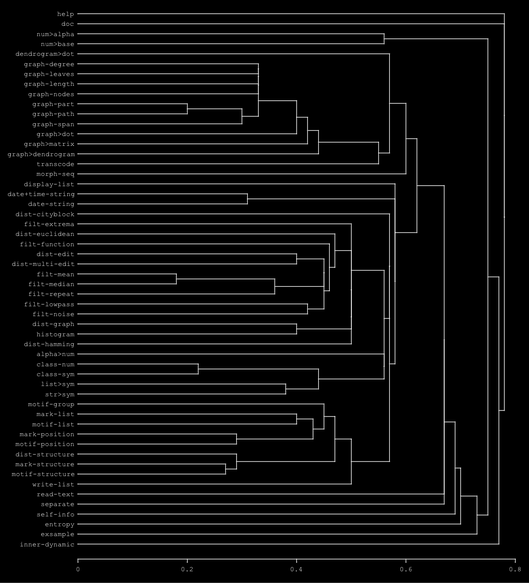
This is doc/pictures/refrains-names-dendrogram.png from FredVoisin/refrains, a Graphviz export, as it was before one commit. Its source is kept beside it as doc/pictures/refrains-names-dendrogram.dot.
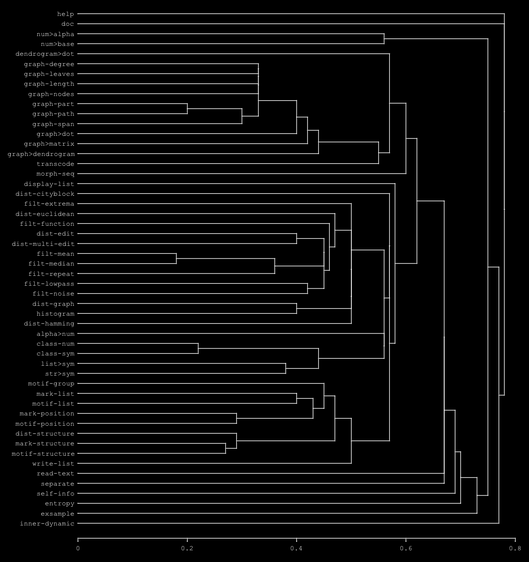
After the change.

Change to the diagram source:
```diff
@@ -1,506 +1,488 @@
 graph "refrains-names-dendrogram" {
-/* generated with refrains:dendrogram>dot, to be drawn with neato -n2 */
+/* generated with refrains:dendrogram>dot, 24 Oct 2026 19:56:40, to be drawn with neato -n2 */
  graph [splines=false, bgcolor=black];
  node [shape=point, width=0, color=white, fontcolor=white, fontname=Courier, fontsize=11];
  edge [color=white];
- l1 [shape=plaintext, label="help", pos="98.4,848.0"];
- p1 [pos="117.6,848.0"];
- l2 [shape=plaintext, label="doc", pos="101.7,832.0"];
- p2 [pos="117.6,832.0"];
- l3 [shape=plaintext, label="num>alpha", pos="81.9,816.0"];
- p3 [pos="117.6,816.0"];
- l4 [shape=plaintext, label="num>base", pos="85.2,800.0"];
- p4 [pos="117.6,800.0"];
- p5 [pos="607.6,816.0"];
- p6 [pos="607.6,800.0"];
- p7 [pos="607.6,808.0"];
+ l1 [shape=plaintext, label="help", pos="98.4,816.0"];
+ p1 [pos="117.6,816.0"];
+ l2 [shape=plaintext, label="doc", pos="101.7,800.0"];
+ p2 [pos="117.6,800.0"];
+ l3 [shape=plaintext, label="num>alpha", pos="81.9,784.0"];
+ p3 [pos="117.6,784.0"];
+ l4 [shape=plaintext, label="num>base", pos="85.2,768.0"];
+ p4 [pos="117.6,768.0"];
+ p5 [pos="607.6,784.0"];
+ p6 [pos="607.6,768.0"];
+ p7 [pos="607.6,776.0"];
  p3 -- p5;
  p4 -- p6;
  p5 -- p7;
  p7 -- p6;
- l5 [shape=plaintext, label="dendrogram>dot", pos="65.4,784.0"];
- p8 [pos="117.6,784.0"];
- l6 [shape=plaintext, label="graph-degree", pos="72.0,768.0"];
- p9 [pos="117.6,768.0"];
- l7 [shape=plaintext, label="graph-leaves", pos="72.0,752.0"];
- p10 [pos="117.6,752.0"];
- p11 [pos="406.4,768.0"];
- p12 [pos="406.4,752.0"];
- p13 [pos="406.4,760.0"];
+ l5 [shape=plaintext, label="dendrogram>dot", pos="65.4,752.0"];
+ p8 [pos="117.6,752.0"];
+ l6 [shape=plaintext, label="graph-degree", pos="72.0,736.0"];
+ p9 [pos="117.6,736.0"];
+ l7 [shape=plaintext, label="graph-leaves", pos="72.0,720.0"];
+ p10 [pos="117.6,720.0"];
+ p11 [pos="406.4,736.0"];
+ p12 [pos="406.4,720.0"];
+ p13 [pos="406.4,728.0"];
  p9 -- p11;
  p10 -- p12;
  p11 -- p13;
  p13 -- p12;
- l8 [shape=plaintext, label="graph-length", pos="72.0,736.0"];
- p14 [pos="117.6,736.0"];
- p15 [pos="406.4,760.0"];
- p16 [pos="406.4,736.0"];
- p17 [pos="406.4,748.0"];
+ l8 [shape=plaintext, label="graph-length", pos="72.0,704.0"];
+ p14 [pos="117.6,704.0"];
+ p15 [pos="406.4,728.0"];
+ p16 [pos="406.4,704.0"];
+ p17 [pos="406.4,716.0"];
  p13 -- p15;
  p14 -- p16;
  p15 -- p17;
  p17 -- p16;
- l9 [shape=plaintext, label="graph-nodes", pos="75.3,720.0"];
- p18 [pos="117.6,720.0"];
- p19 [pos="406.4,748.0"];
- p20 [pos="406.4,720.0"];
- p21 [pos="406.4,734.0"];
+ l9 [shape=plaintext, label="graph-nodes", pos="75.3,688.0"];
+ p18 [pos="117.6,688.0"];
+ p19 [pos="406.4,716.0"];
+ p20 [pos="406.4,688.0"];
+ p21 [pos="406.4,702.0"];
  p17 -- p19;
  p18 -- p20;
  p19 -- p21;
  p21 -- p20;
- l10 [shape=plaintext, label="graph-part", pos="78.6,704.0"];
- p22 [pos="117.6,704.0"];
- l11 [shape=plaintext, label="graph-path", pos="78.6,688.0"];
- p23 [pos="117.6,688.0"];
- p24 [pos="292.6,704.0"];
- p25 [pos="292.6,688.0"];
- p26 [pos="292.6,696.0"];
+ l10 [shape=plaintext, label="graph-part", pos="78.6,672.0"];
+ p22 [pos="117.6,672.0"];
+ l11 [shape=plaintext, label="graph-path", pos="78.6,656.0"];
+ p23 [pos="117.6,656.0"];
+ p24 [pos="292.6,672.0"];
+ p25 [pos="292.6,656.0"];
+ p26 [pos="292.6,664.0"];
  p22 -- p24;
  p23 -- p25;
  p24 -- p26;
  p26 -- p25;
- l12 [shape=plaintext, label="graph-span", pos="78.6,672.0"];
- p27 [pos="117.6,672.0"];
- p28 [pos="380.1,696.0"];
- p29 [pos="380.1,672.0"];
- p30 [pos="380.1,684.0"];
+ l12 [shape=plaintext, label="graph-span", pos="78.6,640.0"];
+ p27 [pos="117.6,640.0"];
+ p28 [pos="380.1,664.0"];
+ p29 [pos="380.1,640.0"];
+ p30 [pos="380.1,652.0"];
  p26 -- p28;
  p27 -- p29;
  p28 -- p30;
  p30 -- p29;
- p31 [pos="406.4,734.0"];
- p32 [pos="406.4,684.0"];
- p33 [pos="406.4,709.0"];
+ p31 [pos="406.4,702.0"];
+ p32 [pos="406.4,652.0"];
+ p33 [pos="406.4,677.0"];
  p21 -- p31;
  p30 -- p32;
  p31 -- p33;
  p33 -- p32;
- l13 [shape=plaintext, label="graph>dot", pos="81.9,656.0"];
- p34 [pos="117.6,656.0"];
- p35 [pos="467.6,709.0"];
- p36 [pos="467.6,656.0"];
- p37 [pos="467.6,682.5"];
+ l13 [shape=plaintext, label="graph>dot", pos="81.9,624.0"];
+ p34 [pos="117.6,624.0"];
+ p35 [pos="467.6,677.0"];
+ p36 [pos="467.6,624.0"];
+ p37 [pos="467.6,650.5"];
  p33 -- p35;
  p34 -- p36;
  p35 -- p37;
  p37 -- p36;
- l14 [shape=plaintext, label="graph>matrix", pos="72.0,640.0"];
- p38 [pos="117.6,640.0"];
- p39 [pos="485.1,682.5"];
- p40 [pos="485.1,640.0"];
- p41 [pos="485.1,661.3"];
+ l14 [shape=plaintext, label="graph>matrix", pos="72.0,608.0"];
+ p38 [pos="117.6,608.0"];
+ p39 [pos="485.1,650.5"];
+ p40 [pos="485.1,608.0"];
+ p41 [pos="485.1,629.3"];
  p37 -- p39;
  p38 -- p40;
  p39 -- p41;
  p41 -- p40;
- l15 [shape=plaintext, label="graph>dendrogram", pos="58.8,624.0"];
- p42 [pos="117.6,624.0"];
- p43 [pos="502.6,661.3"];
- p44 [pos="502.6,624.0"];
- p45 [pos="502.6,642.6"];
+ l15 [shape=plaintext, label="graph>dendrogram", pos="58.8,592.0"];
+ p42 [pos="117.6,592.0"];
+ p43 [pos="502.6,629.3"];
+ p44 [pos="502.6,592.0"];
+ p45 [pos="502.6,610.6"];
  p41 -- p43;
  p42 -- p44;
  p43 -- p45;
  p45 -- p44;
- l16 [shape=plaintext, label="transcode", pos="81.9,608.0"];
- p46 [pos="117.6,608.0"];
- p47 [pos="598.8,642.6"];
- p48 [pos="598.8,608.0"];
- p49 [pos="598.8,625.3"];
+ l16 [shape=plaintext, label="transcode", pos="81.9,576.0"];
+ p46 [pos="117.6,576.0"];
+ p47 [pos="598.8,610.6"];
+ p48 [pos="598.8,576.0"];
+ p49 [pos="598.8,593.3"];
  p45 -- p47;
  p46 -- p48;
  p47 -- p49;
  p49 -- p48;
- p50 [pos="616.3,784.0"];
- p51 [pos="616.3,625.3"];
- p52 [pos="616.3,704.7"];
+ p50 [pos="616.3,752.0"];
+ p51 [pos="616.3,593.3"];
+ p52 [pos="616.3,672.7"];
  p8 -- p50;
  p49 -- p51;
  p50 -- p52;
  p52 -- p51;
- l17 [shape=plaintext, label="morph-seq", pos="81.9,592.0"];
- p53 [pos="117.6,592.0"];
- p54 [pos="642.6,704.7"];
- p55 [pos="642.6,592.0"];
- p56 [pos="642.6,648.3"];
+ l17 [shape=plaintext, label="morph-seq", pos="81.9,560.0"];
+ p53 [pos="117.6,560.0"];
+ p54 [pos="642.6,672.7"];
+ p55 [pos="642.6,560.0"];
+ p56 [pos="642.6,616.3"];
  p52 -- p54;
  p53 -- p55;
  p54 -- p56;
  p56 -- p55;
- l18 [shape=plaintext, label="display-list", pos="72.0,576.0"];
- p57 [pos="117.6,576.0"];
- l19 [shape=plaintext, label="date+time-string", pos="58.8,560.0"];
- p58 [pos="117.6,560.0"];
- l20 [shape=plaintext, label="date-string", pos="75.3,544.0"];
- p59 [pos="117.6,544.0"];
- p60 [pos="388.9,560.0"];
- p61 [pos="388.9,544.0"];
- p62 [pos="388.9,552.0"];
- p58 -- p60;
- p59 -- p61;
- p60 -- p62;
- p62 -- p61;
- l21 [shape=plaintext, label="dist-cityblock", pos="65.4,528.0"];
- p63 [pos="117.6,528.0"];
- l22 [shape=plaintext, label="filt-extrema", pos="72.0,512.0"];
- p64 [pos="117.6,512.0"];
- l23 [shape=plaintext, label="dist-euclidean", pos="65.4,496.0"];
- p65 [pos="117.6,496.0"];
- l24 [shape=plaintext, label="filt-function", pos="68.7,480.0"];
- p66 [pos="117.6,480.0"];
- l25 [shape=plaintext, label="dist-edit", pos="81.9,464.0"];
- p67 [pos="117.6,464.0"];
- l26 [shape=plaintext, label="dist-multi-edit", pos="62.1,448.0"];
- p68 [pos="117.6,448.0"];
- p69 [pos="467.6,464.0"];
- p70 [pos="467.6,448.0"];
- p71 [pos="467.6,456.0"];
+ l18 [shape=plaintext, label="display-list", pos="72.0,544.0"];
+ p57 [pos="117.6,544.0"];
+ l19 [shape=plaintext, label="dist-cityblock", pos="65.4,528.0"];
+ p58 [pos="117.6,528.0"];
+ l20 [shape=plaintext, label="filt-extrema", pos="72.0,512.0"];
+ p59 [pos="117.6,512.0"];
+ l21 [shape=plaintext, label="dist-euclidean", pos="65.4,496.0"];
+ p60 [pos="117.6,496.0"];
+ l22 [shape=plaintext, label="filt-function", pos="68.7,480.0"];
+ p61 [pos="117.6,480.0"];
+ l23 [shape=plaintext, label="dist-edit", pos="81.9,464.0"];
+ p62 [pos="117.6,464.0"];
+ l24 [shape=plaintext, label="dist-multi-edit", pos="62.1,448.0"];
+ p63 [pos="117.6,448.0"];
+ p64 [pos="467.6,464.0"];
+ p65 [pos="467.6,448.0"];
+ p66 [pos="467.6,456.0"];
+ p62 -- p64;
+ p63 -- p65;
+ p64 -- p66;
+ p66 -- p65;
+ l25 [shape=plaintext, label="filt-mean", pos="81.9,432.0"];
+ p67 [pos="117.6,432.0"];
+ l26 [shape=plaintext, label="filt-median", pos="75.3,416.0"];
+ p68 [pos="117.6,416.0"];
+ p69 [pos="275.1,432.0"];
+ p70 [pos="275.1,416.0"];
+ p71 [pos="275.1,424.0"];
  p67 -- p69;
  p68 -- p70;
  p69 -- p71;
  p71 -- p70;
- l27 [shape=plaintext, label="filt-mean", pos="81.9,432.0"];
- p72 [pos="117.6,432.0"];
- l28 [shape=plaintext, label="filt-median", pos="75.3,416.0"];
- p73 [pos="117.6,416.0"];
- p74 [pos="275.1,432.0"];
- p75 [pos="275.1,416.0"];
- p76 [pos="275.1,424.0"];
+ l27 [shape=plaintext, label="filt-repeat", pos="75.3,400.0"];
+ p72 [pos="117.6,400.0"];
+ p73 [pos="432.6,424.0"];
+ p74 [pos="432.6,400.0"];
+ p75 [pos="432.6,412.0"];
+ p71 -- p73;
  p72 -- p74;
  p73 -- p75;
- p74 -- p76;
- p76 -- p75;
- l29 [shape=plaintext, label="filt-repeat", pos="75.3,400.0"];
- p77 [pos="117.6,400.0"];
- p78 [pos="432.6,424.0"];
- p79 [pos="432.6,400.0"];
- p80 [pos="432.6,412.0"];
+ p75 -- p74;
+ p76 [pos="511.4,456.0"];
+ p77 [pos="511.4,412.0"];
+ p78 [pos="511.4,434.0"];
+ p66 -- p76;
+ p75 -- p77;
  p76 -- p78;
- p77 -- p79;
- p78 -- p80;
- p80 -- p79;
- p81 [pos="511.4,456.0"];
- p82 [pos="511.4,412.0"];
- p83 [pos="511.4,434.0"];
- p71 -- p81;
+ p78 -- p77;
+ l28 [shape=plaintext, label="filt-lowpass", pos="72.0,384.0"];
+ p79 [pos="117.6,384.0"];
+ l29 [shape=plaintext, label="filt-noise", pos="78.6,368.0"];
+ p80 [pos="117.6,368.0"];
+ p81 [pos="485.1,384.0"];
+ p82 [pos="485.1,368.0"];
+ p83 [pos="485.1,376.0"];
+ p79 -- p81;
  p80 -- p82;
  p81 -- p83;
  p83 -- p82;
- l30 [shape=plaintext, label="filt-lowpass", pos="72.0,384.0"];
- p84 [pos="117.6,384.0"];
- l31 [shape=plaintext, label="filt-noise", pos="78.6,368.0"];
- p85 [pos="117.6,368.0"];
- p86 [pos="485.1,384.0"];
- p87 [pos="485.1,368.0"];
- p88 [pos="485.1,376.0"];
+ p84 [pos="511.4,434.0"];
+ p85 [pos="511.4,376.0"];
+ p86 [pos="511.4,405.0"];
+ p78 -- p84;
+ p83 -- p85;
  p84 -- p86;
- p85 -- p87;
+ p86 -- p85;
+ p87 [pos="520.1,480.0"];
+ p88 [pos="520.1,405.0"];
+ p89 [pos="520.1,442.5"];
+ p61 -- p87;
  p86 -- p88;
- p88 -- p87;
- p89 [pos="511.4,434.0"];
- p90 [pos="511.4,376.0"];
- p91 [pos="511.4,405.0"];
- p83 -- p89;
- p88 -- p90;
+ p87 -- p89;
+ p89 -- p88;
+ p90 [pos="528.8,496.0"];
+ p91 [pos="528.8,442.5"];
+ p92 [pos="528.8,469.3"];
+ p60 -- p90;
  p89 -- p91;
- p91 -- p90;
- p92 [pos="520.1,480.0"];
- p93 [pos="520.1,405.0"];
- p94 [pos="520.1,442.5"];
- p66 -- p92;
- p91 -- p93;
- p92 -- p94;
- p94 -- p93;
- p95 [pos="528.8,496.0"];
- p96 [pos="528.8,442.5"];
- p97 [pos="528.8,469.3"];
- p65 -- p95;
+ p90 -- p92;
+ p92 -- p91;
+ l30 [shape=plaintext, label="dist-graph", pos="78.6,352.0"];
+ p93 [pos="117.6,352.0"];
+ l31 [shape=plaintext, label="histogram", pos="81.9,336.0"];
+ p94 [pos="117.6,336.0"];
+ p95 [pos="467.6,352.0"];
+ p96 [pos="467.6,336.0"];
+ p97 [pos="467.6,344.0"];
+ p93 -- p95;
  p94 -- p96;
  p95 -- p97;
  p97 -- p96;
- l32 [shape=plaintext, label="dist-graph", pos="78.6,352.0"];
- p98 [pos="117.6,352.0"];
- l33 [shape=plaintext, label="histogram", pos="81.9,336.0"];
- p99 [pos="117.6,336.0"];
- p100 [pos="467.6,352.0"];
- p101 [pos="467.6,336.0"];
- p102 [pos="467.6,344.0"];
+ p98 [pos="555.1,469.3"];
+ p99 [pos="555.1,344.0"];
+ p100 [pos="555.1,406.6"];
+ p92 -- p98;
+ p97 -- p99;
  p98 -- p100;
- p99 -- p101;
+ p100 -- p99;
+ l32 [shape=plaintext, label="dist-hamming", pos="72.0,320.0"];
+ p101 [pos="117.6,320.0"];
+ p102 [pos="555.1,406.6"];
+ p103 [pos="555.1,320.0"];
+ p104 [pos="555.1,363.3"];
  p100 -- p102;
- p102 -- p101;
- p103 [pos="555.1,469.3"];
- p104 [pos="555.1,344.0"];
- p105 [pos="555.1,406.6"];
- p97 -- p103;
+ p101 -- p103;
  p102 -- p104;
- p103 -- p105;
- p105 -- p104;
- l34 [shape=plaintext, label="dist-hamming", pos="72.0,320.0"];
- p106 [pos="117.6,320.0"];
- p107 [pos="555.1,406.6"];
- p108 [pos="555.1,320.0"];
- p109 [pos="555.1,363.3"];
+ p104 -- p103;
+ p105 [pos="555.1,512.0"];
+ p106 [pos="555.1,363.3"];
+ p107 [pos="555.1,437.7"];
+ p59 -- p105;
+ p104 -- p106;
  p105 -- p107;
- p106 -- p108;
- p107 -- p109;
- p109 -- p108;
- p110 [pos="555.1,512.0"];
- p111 [pos="555.1,363.3"];
- p112 [pos="555.1,437.7"];
- p64 -- p110;
+ p107 -- p106;
+ l33 [shape=plaintext, label="alpha>num", pos="81.9,304.0"];
+ p108 [pos="117.6,304.0"];
+ l34 [shape=plaintext, label="class-num", pos="81.9,288.0"];
+ p109 [pos="117.6,288.0"];
+ l35 [shape=plaintext, label="class-sym", pos="81.9,272.0"];
+ p110 [pos="117.6,272.0"];
+ p111 [pos="310.1,288.0"];
+ p112 [pos="310.1,272.0"];
+ p113 [pos="310.1,280.0"];
  p109 -- p111;
  p110 -- p112;
- p112 -- p111;
- l35 [shape=plaintext, label="alpha>num", pos="81.9,304.0"];
- p113 [pos="117.6,304.0"];
- l36 [shape=plaintext, label="class-num", pos="81.9,288.0"];
- p114 [pos="117.6,288.0"];
- l37 [shape=plaintext, label="class-sym", pos="81.9,272.0"];
- p115 [pos="117.6,272.0"];
- p116 [pos="310.1,288.0"];
- p117 [pos="310.1,272.0"];
- p118 [pos="310.1,280.0"];
+ p111 -- p113;
+ p113 -- p112;
+ l36 [shape=plaintext, label="list>sym", pos="85.2,256.0"];
+ p114 [pos="117.6,256.0"];
+ l37 [shape=plaintext, label="str>sym", pos="88.5,240.0"];
+ p115 [pos="117.6,240.0"];
+ p116 [pos="450.1,256.0"];
+ p117 [pos="450.1,240.0"];
+ p118 [pos="450.1,248.0"];
  p114 -- p116;
  p115 -- p117;
  p116 -- p118;
  p118 -- p117;
- l38 [shape=plaintext, label="list>sym", pos="85.2,256.0"];
- p119 [pos="117.6,256.0"];
- l39 [shape=plaintext, label="str>sym", pos="88.5,240.0"];
- p120 [pos="117.6,240.0"];
- p121 [pos="450.1,256.0"];
- p122 [pos="450.1,240.0"];
- p123 [pos="450.1,248.0"];
+ p119 [pos="502.6,280.0"];
+ p120 [pos="502.6,248.0"];
+ p121 [pos="502.6,264.0"];
+ p113 -- p119;
+ p118 -- p120;
  p119 -- p121;
- p120 -- p122;
+ p121 -- p120;
+ p122 [pos="607.6,304.0"];
+ p123 [pos="607.6,264.0"];
+ p124 [pos="607.6,284.0"];
+ p108 -- p122;
  p121 -- p123;
- p123 -- p122;
- p124 [pos="502.6,280.0"];
- p125 [pos="502.6,248.0"];
- p126 [pos="502.6,264.0"];
- p118 -- p124;
- p123 -- p125;
+ p122 -- p124;
+ p124 -- p123;
+ p125 [pos="607.6,437.7"];
+ p126 [pos="607.6,284.0"];
+ p127 [pos="607.6,360.8"];
+ p107 -- p125;
  p124 -- p126;
- p126 -- p125;
- p127 [pos="607.6,304.0"];
- p128 [pos="607.6,264.0"];
- p129 [pos="607.6,284.0"];
- p113 -- p127;
- p126 -- p128;
+ p125 -- p127;
+ p127 -- p126;
+ p128 [pos="616.3,528.0"];
+ p129 [pos="616.3,360.8"];
+ p130 [pos="616.3,444.4"];
+ p58 -- p128;
  p127 -- p129;
- p129 -- p128;
- p130 [pos="607.6,437.7"];
- p131 [pos="607.6,284.0"];
- p132 [pos="607.6,360.8"];
- p112 -- p130;
- p129 -- p131;
- p130 -- p132;
- p132 -- p131;
- p133 [pos="616.3,528.0"];
- p134 [pos="616.3,360.8"];
- p135 [pos="616.3,444.4"];
- p63 -- p133;
+ p128 -- p130;
+ p130 -- p129;
+ l38 [shape=plaintext, label="motif-group", pos="75.3,224.0"];
+ p131 [pos="117.6,224.0"];
+ l39 [shape=plaintext, label="mark-list", pos="81.9,208.0"];
+ p132 [pos="117.6,208.0"];
+ l40 [shape=plaintext, label="motif-list", pos="78.6,192.0"];
+ p133 [pos="117.6,192.0"];
+ p134 [pos="467.6,208.0"];
+ p135 [pos="467.6,192.0"];
+ p136 [pos="467.6,200.0"];
  p132 -- p134;
  p133 -- p135;
- p135 -- p134;
- l40 [shape=plaintext, label="motif-group", pos="75.3,224.0"];
- p136 [pos="117.6,224.0"];
- l41 [shape=plaintext, label="mark-list", pos="81.9,208.0"];
- p137 [pos="117.6,208.0"];
- l42 [shape=plaintext, label="motif-list", pos="78.6,192.0"];
- p138 [pos="117.6,192.0"];
- p139 [pos="467.6,208.0"];
- p140 [pos="467.6,192.0"];
- p141 [pos="467.6,200.0"];
+ p134 -- p136;
+ p136 -- p135;
+ l41 [shape=plaintext, label="mark-position", pos="68.7,176.0"];
+ p137 [pos="117.6,176.0"];
+ l42 [shape=plaintext, label="motif-position", pos="65.4,160.0"];
+ p138 [pos="117.6,160.0"];
+ p139 [pos="371.4,176.0"];
+ p140 [pos="371.4,160.0"];
+ p141 [pos="371.4,168.0"];
  p137 -- p139;
  p138 -- p140;
  p139 -- p141;
  p141 -- p140;
- l43 [shape=plaintext, label="mark-position", pos="68.7,176.0"];
- p142 [pos="117.6,176.0"];
- l44 [shape=plaintext, label="motif-position", pos="65.4,160.0"];
- p143 [pos="117.6,160.0"];
- p144 [pos="371.4,176.0"];
- p145 [pos="371.4,160.0"];
- p146 [pos="371.4,168.0"];
+ p142 [pos="493.9,200.0"];
+ p143 [pos="493.9,168.0"];
+ p144 [pos="493.9,184.0"];
+ p136 -- p142;
+ p141 -- p143;
  p142 -- p144;
- p143 -- p145;
+ p144 -- p143;
+ p145 [pos="511.4,224.0"];
+ p146 [pos="511.4,184.0"];
+ p147 [pos="511.4,204.0"];
+ p131 -- p145;
  p144 -- p146;
- p146 -- p145;
- p147 [pos="493.9,200.0"];
- p148 [pos="493.9,168.0"];
- p149 [pos="493.9,184.0"];
- p141 -- p147;
- p146 -- p148;
- p147 -- p149;
- p149 -- p148;
- p150 [pos="511.4,224.0"];
- p151 [pos="511.4,184.0"];
- p152 [pos="511.4,204.0"];
- p136 -- p150;
+ p145 -- p147;
+ p147 -- p146;
+ l43 [shape=plaintext, label="dist-structure", pos="65.4,144.0"];
+ p148 [pos="117.6,144.0"];
+ l44 [shape=plaintext, label="mark-structure", pos="65.4,128.0"];
+ p149 [pos="117.6,128.0"];
+ l45 [shape=plaintext, label="motif-structure", pos="62.1,112.0"];
+ p150 [pos="117.6,112.0"];
+ p151 [pos="353.9,128.0"];
+ p152 [pos="353.9,112.0"];
+ p153 [pos="353.9,120.0"];
  p149 -- p151;
  p150 -- p152;
- p152 -- p151;
- l45 [shape=plaintext, label="dist-structure", pos="65.4,144.0"];
- p153 [pos="117.6,144.0"];
- l46 [shape=plaintext, label="mark-structure", pos="65.4,128.0"];
- p154 [pos="117.6,128.0"];
- l47 [shape=plaintext, label="motif-structure", pos="62.1,112.0"];
- p155 [pos="117.6,112.0"];
- p156 [pos="353.9,128.0"];
- p157 [pos="353.9,112.0"];
- p158 [pos="353.9,120.0"];
+ p151 -- p153;
+ p153 -- p152;
+ p154 [pos="371.4,144.0"];
+ p155 [pos="371.4,120.0"];
+ p156 [pos="371.4,132.0"];
+ p148 -- p154;
+ p153 -- p155;
  p154 -- p156;
- p155 -- p157;
+ p156 -- p155;
+ p157 [pos="528.8,204.0"];
+ p158 [pos="528.8,132.0"];
+ p159 [pos="528.8,168.0"];
+ p147 -- p157;
  p156 -- p158;
- p158 -- p157;
- p159 [pos="371.4,144.0"];
- p160 [pos="371.4,120.0"];
- p161 [pos="371.4,132.0"];
- p153 -- p159;
- p158 -- p160;
+ p157 -- p159;
+ p159 -- p158;
+ l46 [shape=plaintext, label="write-list", pos="78.6,96.0"];
+ p160 [pos="117.6,96.0"];
+ p161 [pos="555.1,168.0"];
+ p162 [pos="555.1,96.0"];
+ p163 [pos="555.1,132.0"];
  p159 -- p161;
- p161 -- p160;
- p162 [pos="528.8,204.0"];
- p163 [pos="528.8,132.0"];
- p164 [pos="528.8,168.0"];
- p152 -- p162;
+ p160 -- p162;
  p161 -- p163;
- p162 -- p164;
- p164 -- p163;
- l48 [shape=plaintext, label="write-list", pos="78.6,96.0"];
- p165 [pos="117.6,96.0"];
- p166 [pos="555.1,168.0"];
- p167 [pos="555.1,96.0"];
- p168 [pos="555.1,132.0"];
+ p163 -- p162;
+ p164 [pos="616.3,444.4"];
+ p165 [pos="616.3,132.0"];
+ p166 [pos="616.3,288.2"];
+ p130 -- p164;
+ p163 -- p165;
  p164 -- p166;
- p165 -- p167;
+ p166 -- p165;
+ p167 [pos="625.1,544.0"];
+ p168 [pos="625.1,288.2"];
+ p169 [pos="625.1,416.1"];
+ p57 -- p167;
  p166 -- p168;
- p168 -- p167;
- p169 [pos="616.3,444.4"];
- p170 [pos="616.3,132.0"];
- p171 [pos="616.3,288.2"];
- p135 -- p169;
- p168 -- p170;
+ p167 -- p169;
+ p169 -- p168;
+ p170 [pos="660.1,616.3"];
+ p171 [pos="660.1,416.1"];
+ p172 [pos="660.1,516.2"];
+ p56 -- p170;
  p169 -- p171;
- p171 -- p170;
- p172 [pos="625.1,552.0"];
- p173 [pos="625.1,288.2"];
- p174 [pos="625.1,420.1"];
- p62 -- p172;
- p171 -- p173;
+ p170 -- p172;
+ p172 -- p171;
+ l47 [shape=plaintext, label="read-text", pos="81.9,80.0"];
+ p173 [pos="117.6,80.0"];
+ p174 [pos="703.8,516.2"];
+ p175 [pos="703.8,80.0"];
+ p176 [pos="703.8,298.1"];
  p172 -- p174;
- p174 -- p173;
- p175 [pos="625.1,576.0"];
- p176 [pos="625.1,420.1"];
- p177 [pos="625.1,498.1"];
- p57 -- p175;
+ p173 -- p175;
  p174 -- p176;
- p175 -- p177;
- p177 -- p176;
- p178 [pos="660.1,648.3"];
- p179 [pos="660.1,498.1"];
- p180 [pos="660.1,573.2"];
- p56 -- p178;
+ p176 -- p175;
+ l48 [shape=plaintext, label="separate", pos="85.2,64.0"];
+ p177 [pos="117.6,64.0"];
+ p178 [pos="703.8,298.1"];
+ p179 [pos="703.8,64.0"];
+ p180 [pos="703.8,181.1"];
+ p176 -- p178;
  p177 -- p179;
  p178 -- p180;
  p180 -- p179;
- l49 [shape=plaintext, label="read-text", pos="81.9,80.0"];
- p181 [pos="117.6,80.0"];
- p182 [pos="703.8,573.2"];
- p183 [pos="703.8,80.0"];
- p184 [pos="703.8,326.6"];
+ l49 [shape=plaintext, label="self-info", pos="81.9,48.0"];
+ p181 [pos="117.6,48.0"];
+ p182 [pos="721.3,181.1"];
+ p183 [pos="721.3,48.0"];
+ p184 [pos="721.3,114.5"];
  p180 -- p182;
  p181 -- p183;
  p182 -- p184;
  p184 -- p183;
- l50 [shape=plaintext, label="separate", pos="85.2,64.0"];
- p185 [pos="117.6,64.0"];
- p186 [pos="703.8,326.6"];
- p187 [pos="703.8,64.0"];
- p188 [pos="703.8,195.3"];
+ l50 [shape=plaintext, label="entropy", pos="88.5,32.0"];
+ p185 [pos="117.6,32.0"];
+ p186 [pos="730.1,114.5"];
+ p187 [pos="730.1,32.0"];
+ p188 [pos="730.1,73.3"];
  p184 -- p186;
  p185 -- p187;
  p186 -- p188;
  p188 -- p187;
- l51 [shape=plaintext, label="self-info", pos="81.9,48.0"];
- p189 [pos="117.6,48.0"];
- p190 [pos="721.3,195.3"];
- p191 [pos="721.3,48.0"];
- p192 [pos="721.3,121.6"];
+ l51 [shape=plaintext, label="exsample", pos="85.2,16.0"];
+ p189 [pos="117.6,16.0"];
+ p190 [pos="756.3,73.3"];
+ p191 [pos="756.3,16.0"];
+ p192 [pos="756.3,44.6"];
  p188 -- p190;
  p189 -- p191;
  p190 -- p192;
  p192 -- p191;
- l52 [shape=plaintext, label="entropy", pos="88.5,32.0"];
- p193 [pos="117.6,32.0"];
- p194 [pos="730.1,121.6"];
- p195 [pos="730.1,32.0"];
- p196 [pos="730.1,76.8"];
+ p193 [pos="773.8,776.0"];
+ p194 [pos="773.8,44.6"];
+ p195 [pos="773.8,410.3"];
+ p7 -- p193;
  p192 -- p194;
  p193 -- p195;
- p194 -- p196;
- p196 -- p195;
- l53 [shape=plaintext, label="exsample", pos="85.2,16.0"];
- p197 [pos="117.6,16.0"];
- p198 [pos="756.3,76.8"];
- p199 [pos="756.3,16.0"];
- p200 [pos="756.3,46.4"];
+ p195 -- p194;
+ l52 [shape=plaintext, label="inner-dynamic", pos="68.7,0.0"];
+ p196 [pos="117.6,0.0"];
+ p197 [pos="791.3,410.3"];
+ p198 [pos="791.3,0.0"];
+ p199 [pos="791.3,205.2"];
+ p195 -- p197;
  p196 -- p198;
  p197 -- p199;
- p198 -- p200;
- p200 -- p199;
- p201 [pos="773.8,808.0"];
- p202 [pos="773.8,46.4"];
- p203 [pos="773.8,427.2"];
- p7 -- p201;
+ p199 -- p198;
+ p200 [pos="800.1,800.0"];
+ p201 [pos="800.1,205.2"];
+ p202 [pos="800.1,502.6"];
+ p2 -- p200;
+ p199 -- p201;
  p200 -- p202;
- p201 -- p203;
- p203 -- p202;
- l54 [shape=plaintext, label="inner-dynamic", pos="68.7,0.0"];
- p204 [pos="117.6,0.0"];
- p205 [pos="791.3,427.2"];
- p206 [pos="791.3,0.0"];
- p207 [pos="791.3,213.6"];
+ p202 -- p201;
+ p203 [pos="800.1,816.0"];
+ p204 [pos="800.1,502.6"];
+ p205 [pos="800.1,659.3"];
+ p1 -- p203;
+ p202 -- p204;
  p203 -- p205;
- p204 -- p206;
- p205 -- p207;
- p207 -- p206;
- p208 [pos="800.1,832.0"];
- p209 [pos="800.1,213.6"];
- p210 [pos="800.1,522.8"];
- p2 -- p208;
- p207 -- p209;
- p208 -- p210;
- p210 -- p209;
- p211 [pos="800.1,848.0"];
- p212 [pos="800.1,522.8"];
- p213 [pos="800.1,685.4"];
- p1 -- p211;
- p210 -- p212;
- p211 -- p213;
- p213 -- p212;
- p214 [pos="117.6,-24.0"];
- p215 [pos="117.6,-29.0"];
+ p205 -- p204;
+ p206 [pos="117.6,-24.0"];
+ p207 [pos="117.6,-29.0"];
+ p206 -- p207;
+ s0 [shape=plaintext, label="0", pos="117.6,-40.0"];
+ p208 [pos="292.6,-24.0"];
+ p209 [pos="292.6,-29.0"];
+ p208 -- p209;
+ s1 [shape=plaintext, label="0.2", pos="292.6,-40.0"];
+ p210 [pos="467.6,-24.0"];
+ p211 [pos="467.6,-29.0"];
+ p210 -- p211;
+ s2 [shape=plaintext, label="0.4", pos="467.6,-40.0"];
+ p212 [pos="642.6,-24.0"];
+ p213 [pos="642.6,-29.0"];
+ p212 -- p213;
+ s3 [shape=plaintext, label="0.6", pos="642.6,-40.0"];
+ p214 [pos="817.6,-24.0"];
+ p215 [pos="817.6,-29.0"];
  p214 -- p215;
- s0 [shape=plaintext, label="0", pos="117.6,-40.0"];
- p216 [pos="292.6,-24.0"];
- p217 [pos="292.6,-29.0"];
- p216 -- p217;
- s1 [shape=plaintext, label="0.2", pos="292.6,-40.0"];
- p218 [pos="467.6,-24.0"];
- p219 [pos="467.6,-29.0"];
- p218 -- p219;
- s2 [shape=plaintext, label="0.4", pos="467.6,-40.0"];
- p220 [pos="642.6,-24.0"];
- p221 [pos="642.6,-29.0"];
- p220 -- p221;
- s3 [shape=plaintext, label="0.6", pos="642.6,-40.0"];
- p222 [pos="817.6,-24.0"];
- p223 [pos="817.6,-29.0"];
- p222 -- p223;
  s4 [shape=plaintext, label="0.8", pos="817.6,-40.0"];
- p214 -- p216 -- p218 -- p220 -- p222;
+ p206 -- p208 -- p210 -- p212 -- p214;
 }
```
